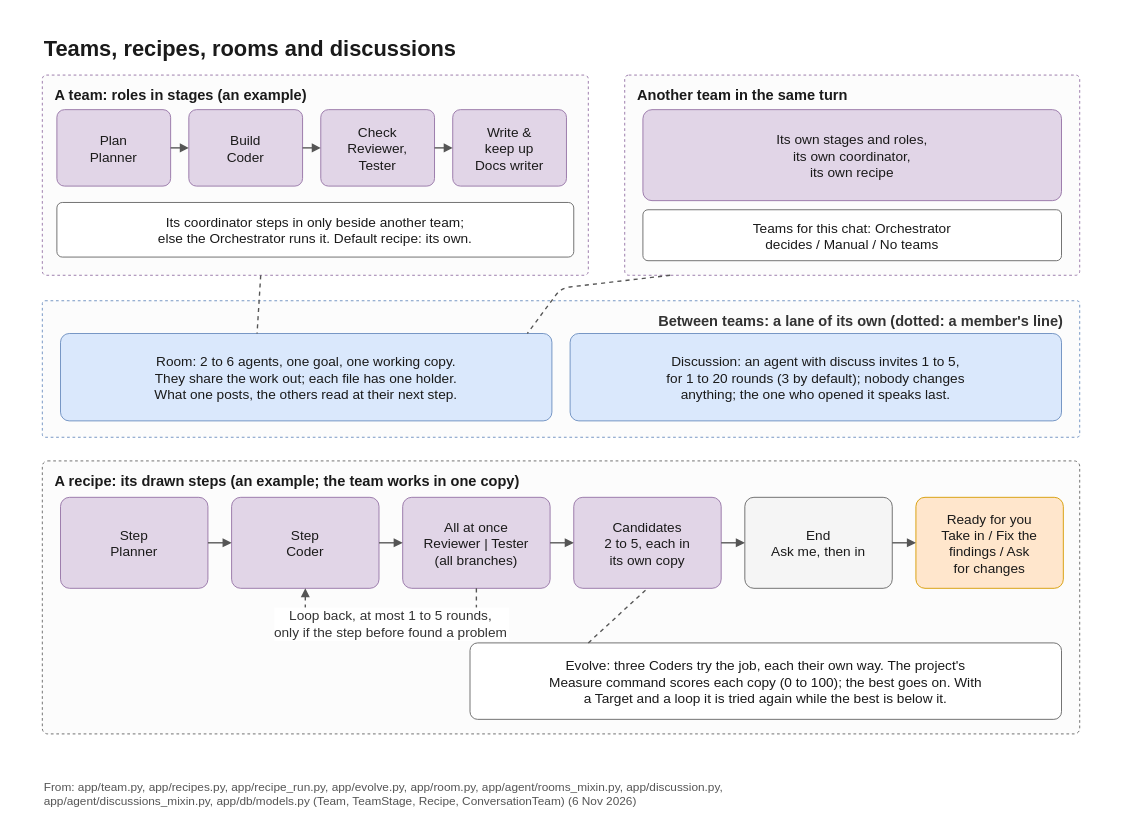
Above: docs/diagrams/teams.drawio in flyingriverhorse/Koloni (draw.io), before the change. Source tidied: cells renumbered, new cells numbered last; positions are measured from the earlier drawing's top-left corner, leaving out a move shared by most shapes. Both pictures are drawn from the tidied source at 91%, with x=0, y=0 at pixel (15, 15).
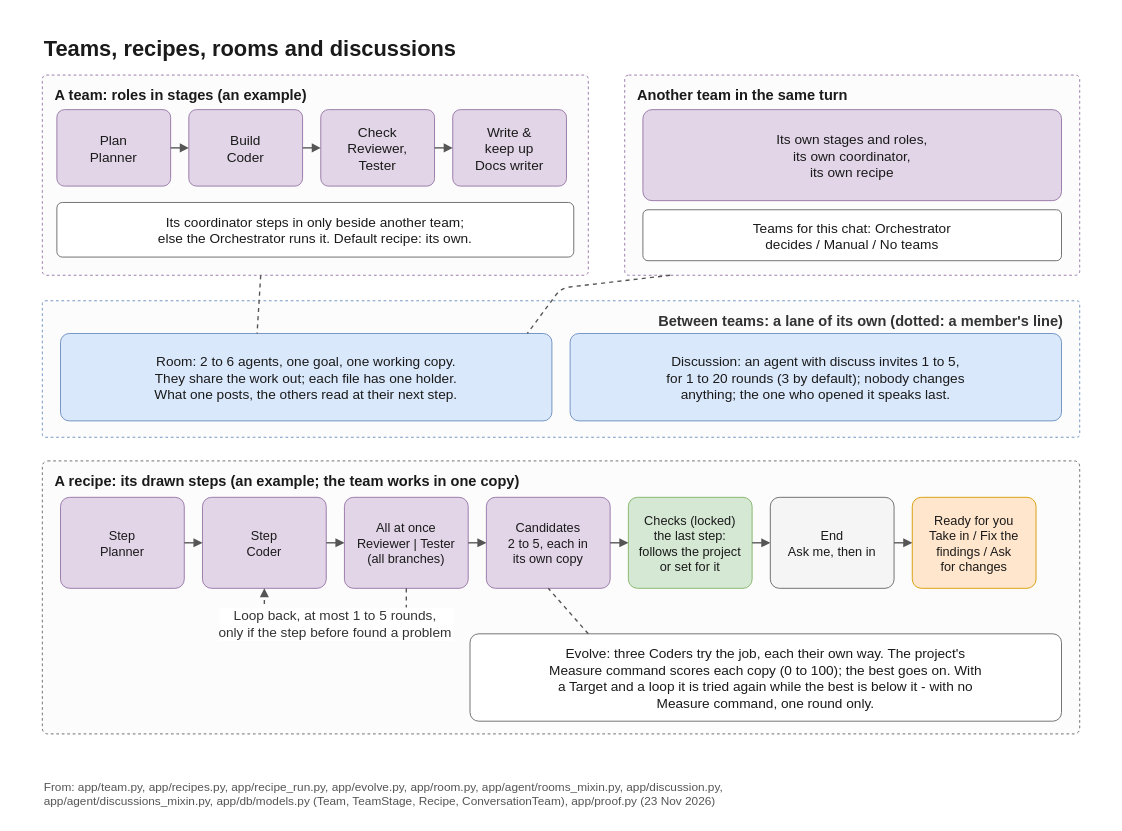
The same diagram, later.

The edit, as a diff of the source:
```diff
@@
-    <mxCell id="23" value="Step&#10;Planner" style="rounded=1;arcSize=10;fillColor=#e1d5e7;strokeColor=#9673a6;fontFamily=Helvetica;fontColor=#1a1a1a;fontSize=15;spacing=6;" parent="1" vertex="1">
-      <mxGeometry x="50" y="530" width="162" height="100" as="geometry" />
+    <mxCell id="23" value="Step&#10;Planner" style="rounded=1;arcSize=10;fillColor=#e1d5e7;strokeColor=#9673a6;fontFamily=Helvetica;fontColor=#1a1a1a;fontSize=14;spacing=6;" parent="1" vertex="1">
+      <mxGeometry x="50" y="530" width="136" height="100" as="geometry" />
     </mxCell>
-    <mxCell id="24" value="Step&#10;Coder" style="rounded=1;arcSize=10;fillColor=#e1d5e7;strokeColor=#9673a6;fontFamily=Helvetica;fontColor=#1a1a1a;fontSize=15;spacing=6;" parent="1" vertex="1">
-      <mxGeometry x="238" y="530" width="162" height="100" as="geometry" />
+    <mxCell id="24" value="Step&#10;Coder" style="rounded=1;arcSize=10;fillColor=#e1d5e7;strokeColor=#9673a6;fontFamily=Helvetica;fontColor=#1a1a1a;fontSize=14;spacing=6;" parent="1" vertex="1">
+      <mxGeometry x="206" y="530" width="136" height="100" as="geometry" />
     </mxCell>
@@
-    <mxCell id="26" value="All at once&#10;Reviewer | Tester&#10;(all branches)" style="rounded=1;arcSize=10;fillColor=#e1d5e7;strokeColor=#9673a6;fontFamily=Helvetica;fontColor=#1a1a1a;fontSize=15;spacing=6;" parent="1" vertex="1">
-      <mxGeometry x="426" y="530" width="162" height="100" as="geometry" />
+    <mxCell id="26" value="All at once&#10;Reviewer | Tester&#10;(all branches)" style="rounded=1;arcSize=10;fillColor=#e1d5e7;strokeColor=#9673a6;fontFamily=Helvetica;fontColor=#1a1a1a;fontSize=14;spacing=6;" parent="1" vertex="1">
+      <mxGeometry x="362" y="530" width="136" height="100" as="geometry" />
     </mxCell>
@@
-    <mxCell id="28" value="Candidates&#10;2 to 5, each in&#10;its own copy" style="rounded=1;arcSize=10;fillColor=#e1d5e7;strokeColor=#9673a6;fontFamily=Helvetica;fontColor=#1a1a1a;fontSize=15;spacing=6;" parent="1" vertex="1">
-      <mxGeometry x="614" y="530" width="162" height="100" as="geometry" />
+    <mxCell id="28" value="Candidates&#10;2 to 5, each in&#10;its own copy" style="rounded=1;arcSize=10;fillColor=#e1d5e7;strokeColor=#9673a6;fontFamily=Helvetica;fontColor=#1a1a1a;fontSize=14;spacing=6;" parent="1" vertex="1">
+      <mxGeometry x="518" y="530" width="136" height="100" as="geometry" />
     </mxCell>
@@
+    <mxCell id="38" value="Checks (locked)&#10;the last step:&#10;follows the project&#10;or set for it" style="rounded=1;arcSize=10;fillColor=#d5e8d4;strokeColor=#82b366;fontFamily=Helvetica;fontColor=#1a1a1a;fontSize=14;spacing=6;" parent="1" vertex="1">
+      <mxGeometry x="674" y="530" width="136" height="100" as="geometry" />
+    </mxCell>
-    <mxCell id="30" value="End&#10;Ask me, then in" style="rounded=1;arcSize=10;fillColor=#f5f5f5;strokeColor=#666666;fontFamily=Helvetica;fontColor=#1a1a1a;fontSize=15;spacing=6;" parent="1" vertex="1">
-      <mxGeometry x="802" y="530" width="162" height="100" as="geometry" />
+    <mxCell id="30" value="End&#10;Ask me, then in" style="rounded=1;arcSize=10;fillColor=#f5f5f5;strokeColor=#666666;fontFamily=Helvetica;fontColor=#1a1a1a;fontSize=14;spacing=6;" parent="1" vertex="1">
+      <mxGeometry x="830" y="530" width="136" height="100" as="geometry" />
     </mxCell>
-    <mxCell id="31" style="endArrow=block;endFill=1;strokeColor=#555555;strokeWidth=1.5;fontFamily=Helvetica;fontSize=15;fontColor=#333333;labelBackgroundColor=#ffffff;exitX=1;exitY=0.5;entryX=0;entryY=0.5;" parent="1" edge="1" source="28" target="30">
+    <mxCell id="31" style="endArrow=block;endFill=1;strokeColor=#555555;strokeWidth=1.5;fontFamily=Helvetica;fontSize=15;fontColor=#333333;labelBackgroundColor=#ffffff;exitX=1;exitY=0.5;entryX=0;entryY=0.5;" parent="1" edge="1" source="28" target="38">
       <mxGeometry relative="1" as="geometry" />
     </mxCell>
-    <mxCell id="32" value="Ready for you&#10;Take in / Fix the&#10;findings / Ask&#10;for changes" style="rounded=1;arcSize=10;fillColor=#ffe6cc;strokeColor=#d79b00;fontFamily=Helvetica;fontColor=#1a1a1a;fontSize=15;spacing=6;" parent="1" vertex="1">
-      <mxGeometry x="990" y="530" width="162" height="100" as="geometry" />
+    <mxCell id="32" value="Ready for you&#10;Take in / Fix the&#10;findings / Ask&#10;for changes" style="rounded=1;arcSize=10;fillColor=#ffe6cc;strokeColor=#d79b00;fontFamily=Helvetica;fontColor=#1a1a1a;fontSize=14;spacing=6;" parent="1" vertex="1">
+      <mxGeometry x="986" y="530" width="136" height="100" as="geometry" />
     </mxCell>
+    <mxCell id="39" style="endArrow=block;endFill=1;strokeColor=#555555;strokeWidth=1.5;fontFamily=Helvetica;fontSize=15;fontColor=#333333;labelBackgroundColor=#ffffff;exitX=1;exitY=0.5;entryX=0;entryY=0.5;" parent="1" edge="1" source="38" target="30">
+      <mxGeometry relative="1" as="geometry" />
+    </mxCell>
@@
     <mxCell id="34" value="Loop back, at most 1 to 5 rounds,&#10;only if the step before found a problem" style="endArrow=block;endFill=1;strokeColor=#555555;strokeWidth=1.5;fontFamily=Helvetica;fontSize=15;fontColor=#333333;labelBackgroundColor=#ffffff;dashed=1;exitX=0.5;exitY=1;entryX=0.5;entryY=1;" parent="1" edge="1" source="26" target="24">
       <mxGeometry relative="1" as="geometry">
         <Array as="points">
-          <mxPoint x="507" y="668" />
-          <mxPoint x="319" y="668" />
+          <mxPoint x="430" y="668" />
+          <mxPoint x="274" y="668" />
         </Array>
       </mxGeometry>
     </mxCell>
-    <mxCell id="35" value="Evolve: three Coders try the job, each their own way. The project's&#10;Measure command scores each copy (0 to 100); the best goes on. With&#10;a Target and a loop it is tried again while the best is below it." style="rounded=1;arcSize=10;fillColor=#ffffff;strokeColor=#666666;fontFamily=Helvetica;fontColor=#1a1a1a;fontSize=15;spacing=6;" parent="1" vertex="1">
-      <mxGeometry x="500" y="690" width="650" height="84" as="geometry" />
+    <mxCell id="35" value="Evolve: three Coders try the job, each their own way. The project's&#10;Measure command scores each copy (0 to 100); the best goes on. With&#10;a Target and a loop it is tried again while the best is below it - with no&#10;Measure command, one round only." style="rounded=1;arcSize=10;fillColor=#ffffff;strokeColor=#666666;fontFamily=Helvetica;fontColor=#1a1a1a;fontSize=15;spacing=6;" parent="1" vertex="1">
+      <mxGeometry x="500" y="680" width="650" height="96" as="geometry" />
     </mxCell>
@@
-    <mxCell id="37" value="From: app/team.py, app/recipes.py, app/recipe_run.py, app/evolve.py, app/room.py, app/agent/rooms_mixin.py, app/discussion.py,&#10;app/agent/discussions_mixin.py, app/db/models.py (Team, TeamStage, Recipe, ConversationTeam) (6 Nov 2026)" style="text;strokeColor=none;fillColor=none;fontFamily=Helvetica;fontColor=#555555;fontSize=13;align=left;verticalAlign=top;" parent="1" vertex="1">
+    <mxCell id="37" value="From: app/team.py, app/recipes.py, app/recipe_run.py, app/evolve.py, app/room.py, app/agent/rooms_mixin.py, app/discussion.py,&#10;app/agent/discussions_mixin.py, app/db/models.py (Team, TeamStage, Recipe, ConversationTeam), app/proof.py (23 Nov 2026)" style="text;strokeColor=none;fillColor=none;fontFamily=Helvetica;fontColor=#555555;fontSize=13;align=left;verticalAlign=top;" parent="1" vertex="1">
       <mxGeometry x="30" y="834" width="1140" height="40" as="geometry" />
     </mxCell>
```
